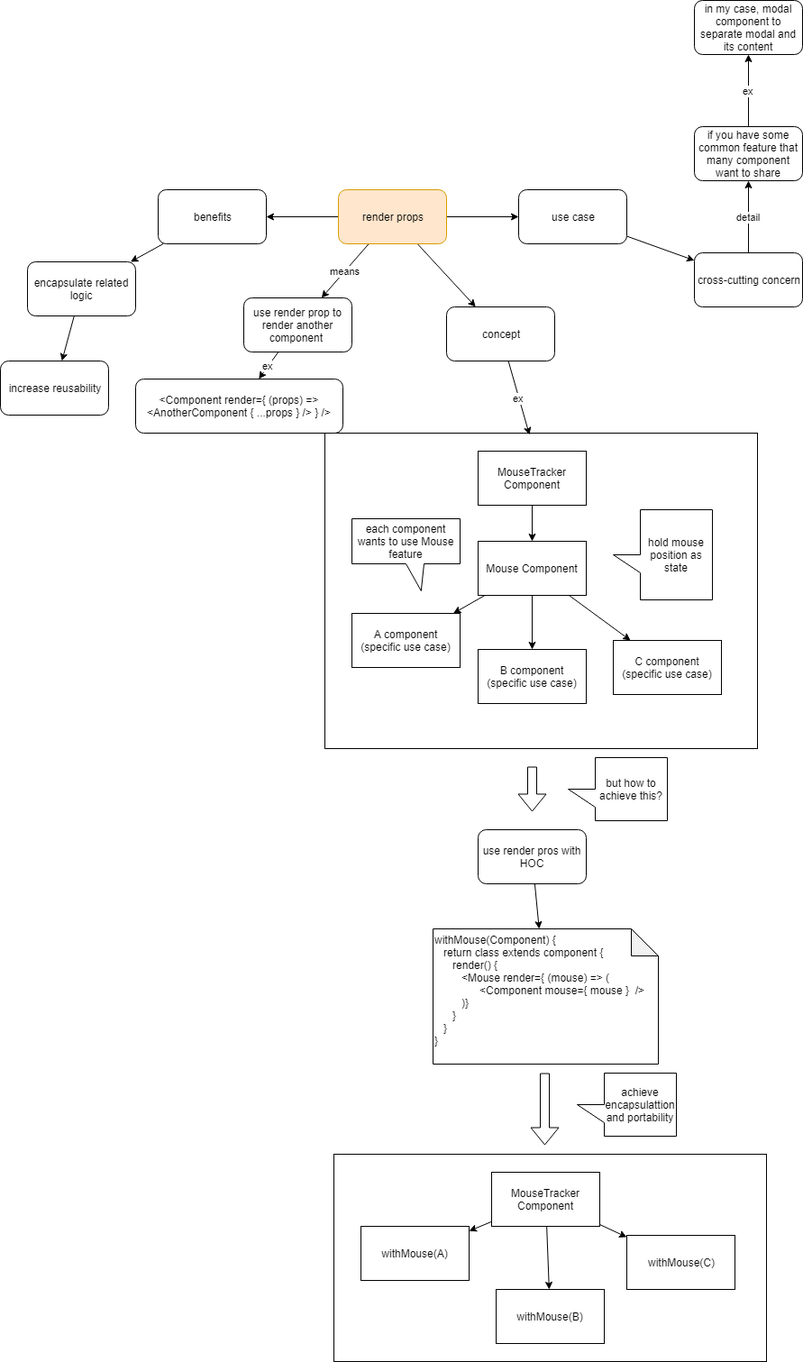
Above: render_props_concept.png in stsiwo/react_redux_concept (draw.io), before the change. Source tidied: cells renumbered, new cells last; positions are measured from the earlier drawing's top-left corner, leaving out a move shared by most shapes.
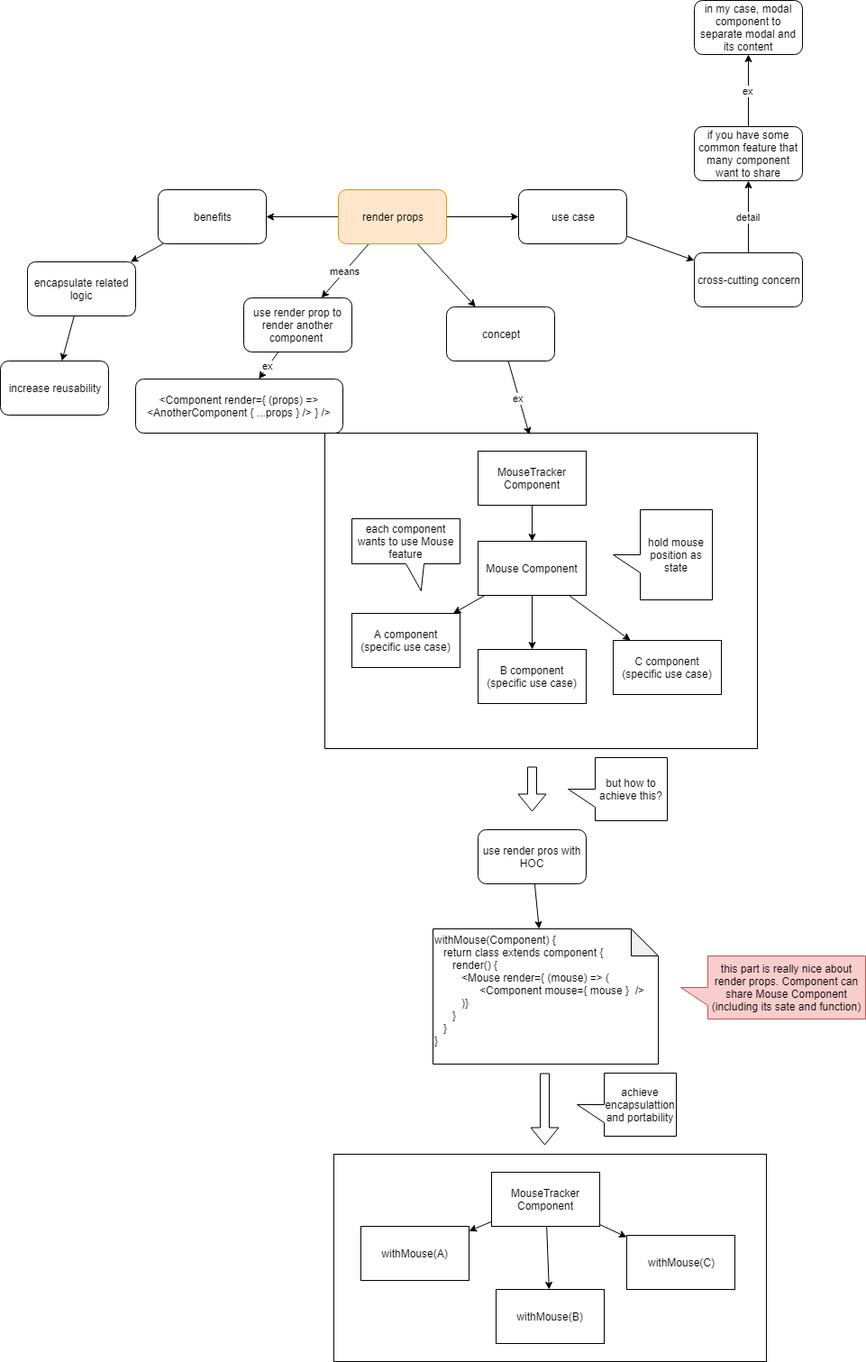
The same file after the commit.

Change to the diagram source:
```diff
@@ -155,5 +155,8 @@
     <mxCell id="50" value="achieve encapsulattion and portability" style="shape=callout;whiteSpace=wrap;html=1;perimeter=calloutPerimeter;direction=south;" parent="1" vertex="1">
       <mxGeometry x="640" y="1190" width="110" height="70" as="geometry" />
     </mxCell>
+    <mxCell id="51" value="this part is really nice about render props. Component can share Mouse Component (including its sate and function)" style="shape=callout;whiteSpace=wrap;html=1;perimeter=calloutPerimeter;direction=south;fillColor=#f8cecc;strokeColor=#b85450;" parent="1" vertex="1">
+      <mxGeometry x="755" y="1060" width="205" height="70" as="geometry" />
+    </mxCell>
   </root>
 </mxGraphModel>
```
